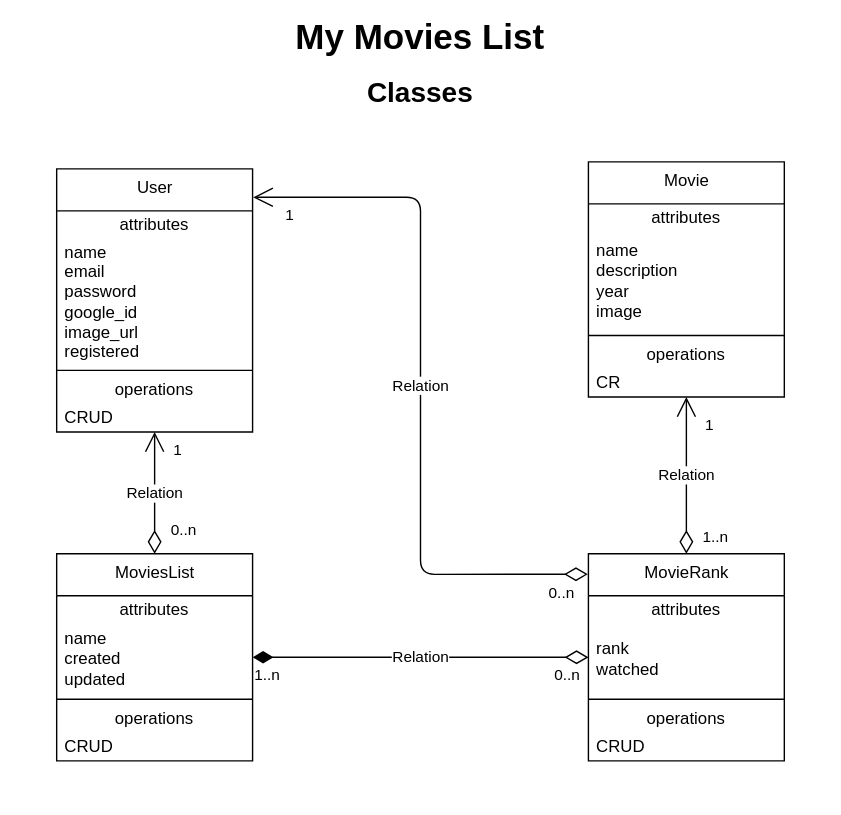
The draw.io diagram MML-Classes.drawio.svg in itamarc/mymovieslist, before a commit. Source tidied: cells renumbered, new cells last; positions are measured from the earlier drawing's top-left corner, leaving out a move shared by most shapes.
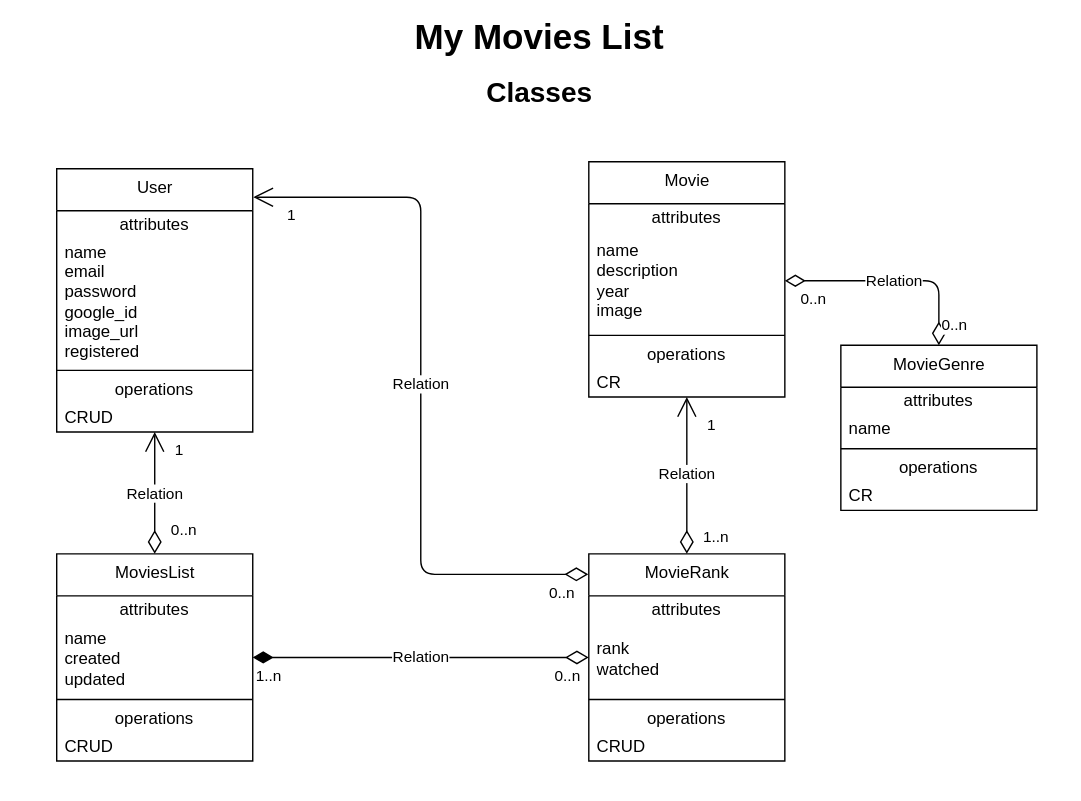
After the change.

Diff of the diagram source:
```diff
@@ -3,8 +3,26 @@
     <mxCell id="0" />
     <mxCell id="1" value="background" parent="0" />
     <mxCell id="2" style="rounded=0;whiteSpace=wrap;html=1;strokeColor=none;" parent="1" vertex="1">
-      <mxGeometry width="600" height="580" as="geometry" />
+      <mxGeometry width="770" height="570" as="geometry" />
     </mxCell>
+    <mxCell id="42" value="Relation" style="endArrow=diamondThin;html=1;endSize=12;startArrow=diamondThin;startSize=14;startFill=0;edgeStyle=orthogonalEdgeStyle;endFill=0;entryX=1;entryY=0.5;entryDx=0;entryDy=0;exitX=0.5;exitY=0;exitDx=0;exitDy=0;" parent="1" edge="1" source="46" target="18">
+      <mxGeometry relative="1" as="geometry" />
+    </mxCell>
+    <mxCell id="43" value="0..n" style="edgeLabel;html=1;align=left;verticalAlign=top;" parent="42" vertex="1">
+      <mxGeometry x="-1" relative="1" as="geometry">
+        <mxPoint x="-26" as="offset" />
+      </mxGeometry>
+    </mxCell>
+    <mxCell id="44" value="0..n" style="edgeLabel;html=1;align=right;verticalAlign=top;" parent="42" vertex="1">
+      <mxGeometry x="1" relative="1" as="geometry">
+        <mxPoint x="30" as="offset" />
+      </mxGeometry>
+    </mxCell>
+    <mxCell id="45" value="0..n" style="edgeLabel;html=1;align=center;verticalAlign=middle;" parent="42" vertex="1">
+      <mxGeometry x="-0.89" y="1" relative="1" as="geometry">
+        <mxPoint x="11" y="-7" as="offset" />
+      </mxGeometry>
+    </mxCell>
     <mxCell id="3" value="diagram" parent="0" />
     <mxCell id="4" value="User" style="swimlane;fontStyle=0;align=center;verticalAlign=top;horizontal=1;startSize=30;html=1;" parent="3" vertex="1">
       <mxGeometry x="40" y="120" width="140" height="188" as="geometry" />
@@ -118,10 +136,10 @@
       </mxGeometry>
     </mxCell>
     <mxCell id="37" value="My Movies List" style="text;html=1;strokeColor=none;fillColor=none;align=center;verticalAlign=middle;whiteSpace=wrap;rounded=0;fontStyle=1;fontSize=25;" parent="3" vertex="1">
-      <mxGeometry x="40" y="10" width="520" height="30" as="geometry" />
+      <mxGeometry x="40" y="10" width="690" height="30" as="geometry" />
     </mxCell>
     <mxCell id="38" value="Classes" style="text;html=1;strokeColor=none;fillColor=none;align=center;verticalAlign=middle;whiteSpace=wrap;rounded=0;fontStyle=1;fontSize=20;" parent="3" vertex="1">
-      <mxGeometry x="40" y="50" width="520" height="30" as="geometry" />
+      <mxGeometry x="40" y="50" width="690" height="30" as="geometry" />
     </mxCell>
     <mxCell id="39" value="Relation" style="endArrow=open;html=1;endSize=12;startArrow=diamondThin;startSize=14;startFill=0;edgeStyle=orthogonalEdgeStyle;" parent="3" edge="1" source="28" target="16">
       <mxGeometry relative="1" as="geometry" />
@@ -136,5 +154,23 @@
         <mxPoint x="20" y="7" as="offset" />
       </mxGeometry>
     </mxCell>
+    <mxCell id="46" value="MovieGenre" style="swimlane;fontStyle=0;align=center;verticalAlign=top;horizontal=1;startSize=30;html=1;" parent="3" vertex="1">
+      <mxGeometry x="600" y="246" width="140" height="118" as="geometry" />
+    </mxCell>
+    <mxCell id="47" value="attributes" style="text;html=1;strokeColor=none;fillColor=none;align=center;verticalAlign=middle;spacingLeft=4;spacingRight=4;overflow=hidden;" parent="46" vertex="1">
+      <mxGeometry y="30" width="140" height="20" as="geometry" />
+    </mxCell>
+    <mxCell id="48" value="name" style="text;html=1;strokeColor=none;fillColor=none;align=left;verticalAlign=middle;spacingLeft=4;spacingRight=4;overflow=hidden;" parent="46" vertex="1">
+      <mxGeometry y="50" width="140" height="20" as="geometry" />
+    </mxCell>
+    <mxCell id="49" style="line;strokeWidth=1;fillColor=none;align=left;verticalAlign=middle;spacingTop=-1;spacingLeft=3;spacingRight=3;labelPosition=right;" parent="46" vertex="1">
+      <mxGeometry y="70" width="140" height="8" as="geometry" />
+    </mxCell>
+    <mxCell id="50" value="operations" style="text;html=1;strokeColor=none;fillColor=none;align=center;verticalAlign=middle;spacingLeft=4;spacingRight=4;overflow=hidden;" parent="46" vertex="1">
+      <mxGeometry y="78" width="140" height="20" as="geometry" />
+    </mxCell>
+    <mxCell id="51" value="CR" style="text;html=1;strokeColor=none;fillColor=none;align=left;verticalAlign=middle;spacingLeft=4;spacingRight=4;overflow=hidden;" parent="46" vertex="1">
+      <mxGeometry y="98" width="140" height="20" as="geometry" />
+    </mxCell>
   </root>
 </mxGraphModel>
```
